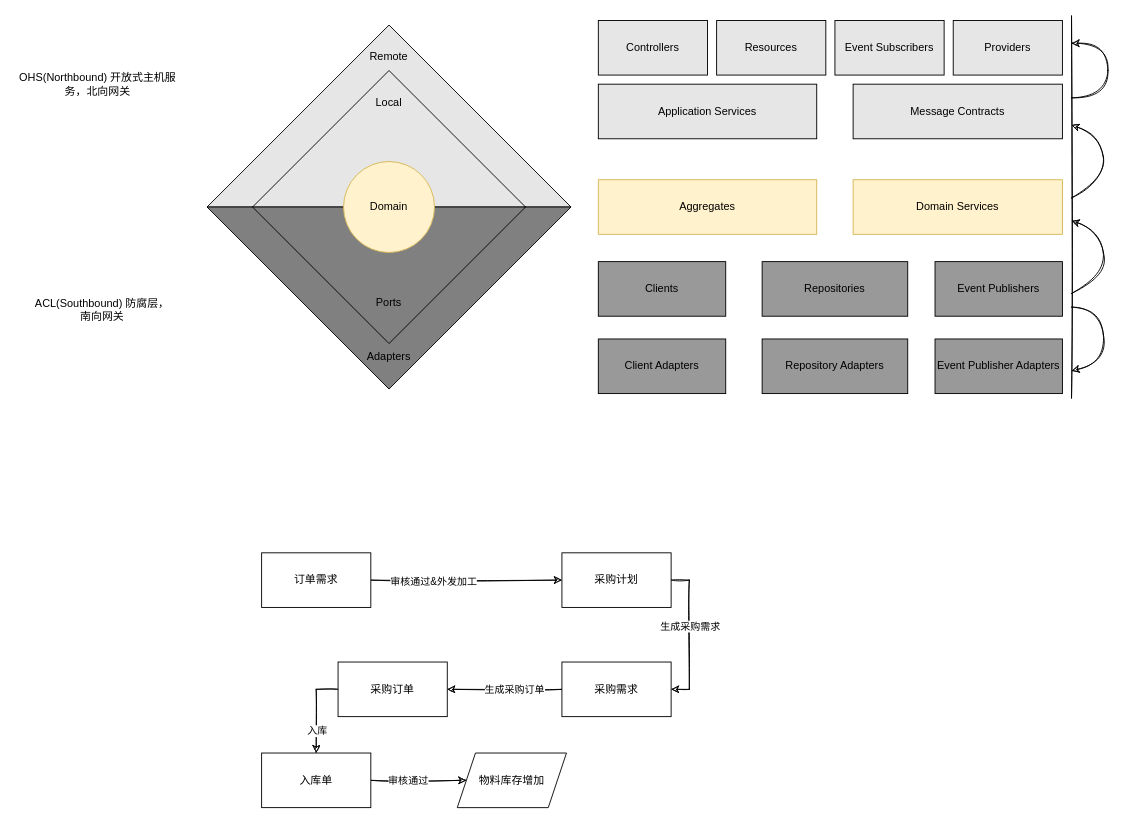
This is scm.drawio from zengande/static-files, a draw.io file, before an edit. Source tidied: cells renumbered, new cells numbered last; positions are measured from the earlier drawing's top-left corner, leaving out a move shared by most shapes. Both pictures are drawn from the tidied source at 91%, with x=0, y=0 at pixel (15, -66).
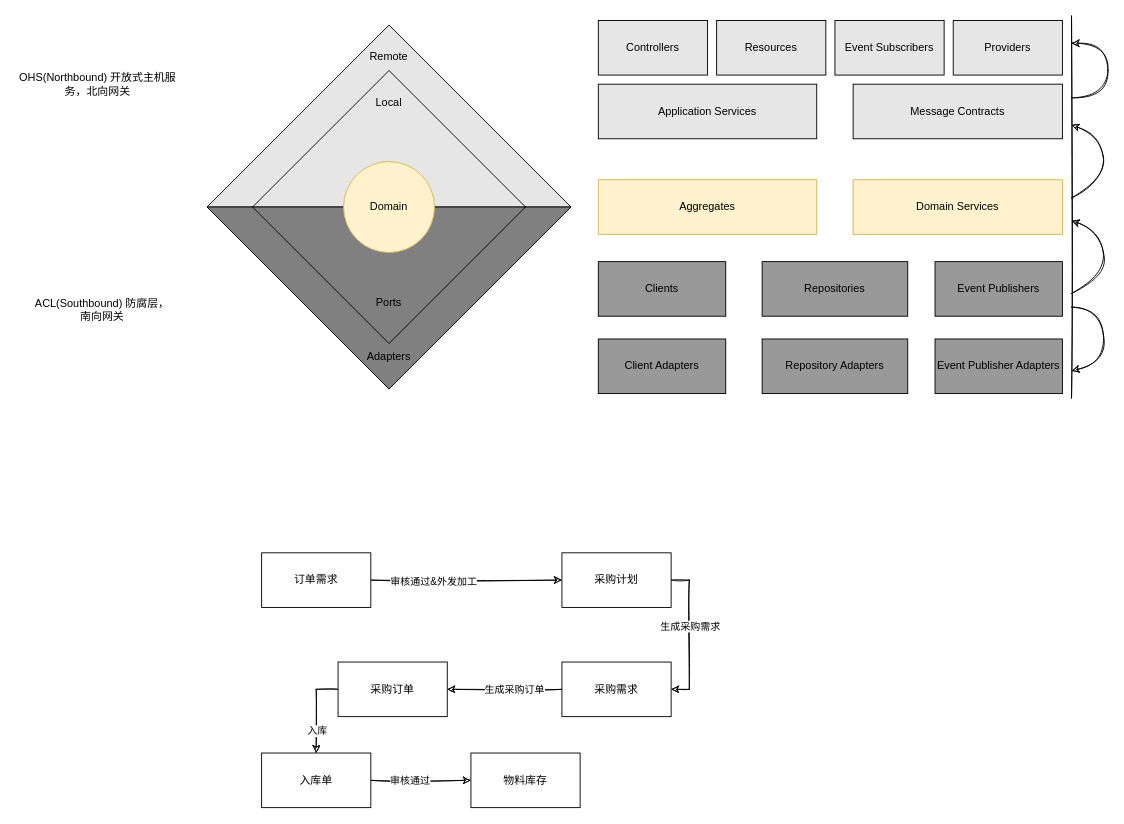
Above is the later version.

Unchanged cells that the change refers to:
```xml
<mxCell id="47" value="入库单" style="rounded=0;whiteSpace=wrap;html=1;sketch=0;" parent="1" vertex="1">
  <mxGeometry x="270" y="900" width="120" height="60" as="geometry" />
</mxCell>
```

Change to the diagram source:
```diff
@@
-    <mxCell id="45" style="edgeStyle=orthogonalEdgeStyle;rounded=0;sketch=1;jettySize=auto;html=1;entryX=0;entryY=0.5;entryDx=0;entryDy=0;" parent="1" edge="1" source="47" target="48">
+    <mxCell id="45" style="edgeStyle=orthogonalEdgeStyle;rounded=0;sketch=1;jettySize=auto;html=1;entryX=0;entryY=0.5;entryDx=0;entryDy=0;" parent="1" edge="1" source="47" target="49">
       <mxGeometry relative="1" as="geometry" />
     </mxCell>
@@
-    <mxCell id="48" value="物料库存增加" style="shape=parallelogram;perimeter=parallelogramPerimeter;whiteSpace=wrap;html=1;fixedSize=1;sketch=0;" parent="1" vertex="1">
-      <mxGeometry x="485" y="900" width="120" height="60" as="geometry" />
-    </mxCell>
+    <mxCell id="49" value="物料库存" style="rounded=0;whiteSpace=wrap;html=1;sketch=0;" parent="1" vertex="1">
+      <mxGeometry x="500" y="900" width="120" height="60" as="geometry" />
+    </mxCell>
```
